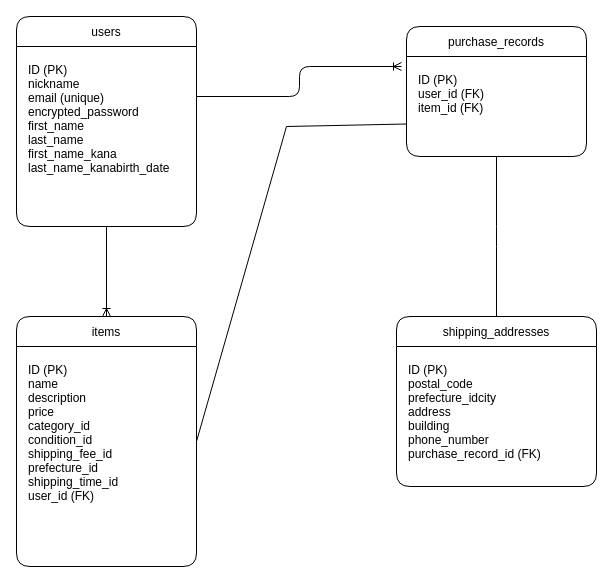
Before: app/views/test.dio in satoshi-x3150/furima-42079, a draw.io diagram. Source tidied: cells renumbered, new cells numbered last; positions are measured from the earlier drawing's top-left corner, leaving out a move shared by most shapes. Both pictures are drawn from the tidied source at 100%, with x=0, y=0 at pixel (16, 16).
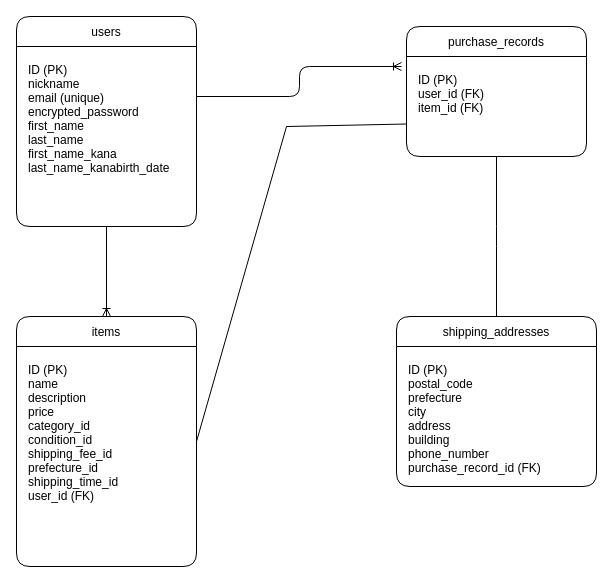
The same diagram, later.

Commit message (it also covers changes not shown here):
テーブル修正3

Change to the diagram source:
```diff
@@
 <mxGraphModel>
   <root>
     <mxCell id="0" />
     <mxCell id="1" parent="0" />
     <mxCell id="2" style="edgeStyle=none;rounded=1;html=1;exitX=0.5;exitY=1;exitDx=0;exitDy=0;entryX=0.5;entryY=0;entryDx=0;entryDy=0;endArrow=ERoneToMany;endFill=0;" parent="1" edge="1" source="3" target="5">
       <mxGeometry relative="1" as="geometry" />
     </mxCell>
     <mxCell id="3" value="users" style="shape=table;startSize=30;rounded=1;" parent="1" vertex="1">
       <mxGeometry width="180" height="210" as="geometry" />
     </mxCell>
     <mxCell id="4" value="ID (PK)&#10;nickname&#10;email (unique)&#10;encrypted_password&#10;first_name&#10;last_name&#10;first_name_kana&#10;last_name_kanabirth_date" style="text;rounded=1;" parent="3" vertex="1">
       <mxGeometry x="10" y="40" width="160" height="160" as="geometry" />
     </mxCell>
     <mxCell id="5" value="items" style="shape=table;startSize=30;rounded=1;" parent="1" vertex="1">
       <mxGeometry y="300" width="180" height="250" as="geometry" />
     </mxCell>
     <mxCell id="6" value="ID (PK)&#10;name&#10;description&#10;price&#10;category_id&#10;condition_id&#10;shipping_fee_id&#10;prefecture_id&#10;shipping_time_id&#10;user_id (FK)" style="text;rounded=1;" parent="5" vertex="1">
       <mxGeometry x="10" y="40" width="160" height="210" as="geometry" />
     </mxCell>
     <mxCell id="7" value="purchase_records" style="shape=table;startSize=30;rounded=1;" parent="1" vertex="1">
       <mxGeometry x="390" y="10" width="180" height="130" as="geometry" />
     </mxCell>
     <mxCell id="8" value="ID (PK)&#10;user_id (FK)&#10;item_id (FK)" style="text;rounded=1;" parent="7" vertex="1">
       <mxGeometry x="10" y="40" width="160" height="90" as="geometry" />
     </mxCell>
     <mxCell id="9" value="shipping_addresses" style="shape=table;startSize=30;rounded=1;" parent="1" vertex="1">
       <mxGeometry x="380" y="300" width="200" height="170" as="geometry" />
     </mxCell>
-    <mxCell id="10" value="ID (PK)&#10;postal_code&#10;prefecture_idcity&#10;address&#10;building&#10;phone_number&#10;purchase_record_id (FK)" style="text;rounded=1;" parent="9" vertex="1">
+    <mxCell id="10" value="ID (PK)&#10;postal_code&#10;prefecture&#10;city&#10;address&#10;building&#10;phone_number&#10;purchase_record_id (FK)" style="text;rounded=1;" parent="9" vertex="1">
       <mxGeometry x="10" y="40" width="180" height="130" as="geometry" />
     </mxCell>
     <mxCell id="11" style="edgeStyle=elbowEdgeStyle;endArrow=ERoneToMany;endFill=0;targetPerimeterSpacing=5;" parent="1" edge="1">
       <mxGeometry relative="1" as="geometry">
         <mxPoint x="180" y="80" as="sourcePoint" />
         <mxPoint x="385" y="50" as="targetPoint" />
       </mxGeometry>
     </mxCell>
     <mxCell id="12" style="edgeStyle=elbowEdgeStyle;endArrow=none;endFill=0;" parent="1" edge="1" source="7">
       <mxGeometry relative="1" as="geometry">
         <mxPoint x="480" y="300" as="targetPoint" />
       </mxGeometry>
     </mxCell>
     <mxCell id="13" style="endArrow=none;html=1;rounded=0;exitX=1;exitY=0.5;exitDx=0;exitDy=0;entryX=0;entryY=0.75;entryDx=0;entryDy=0;" parent="1" edge="1" source="5" target="7">
       <mxGeometry relative="1" as="geometry">
         <Array as="points">
           <mxPoint x="270" y="110" />
         </Array>
       </mxGeometry>
     </mxCell>
   </root>
 </mxGraphModel>
```
